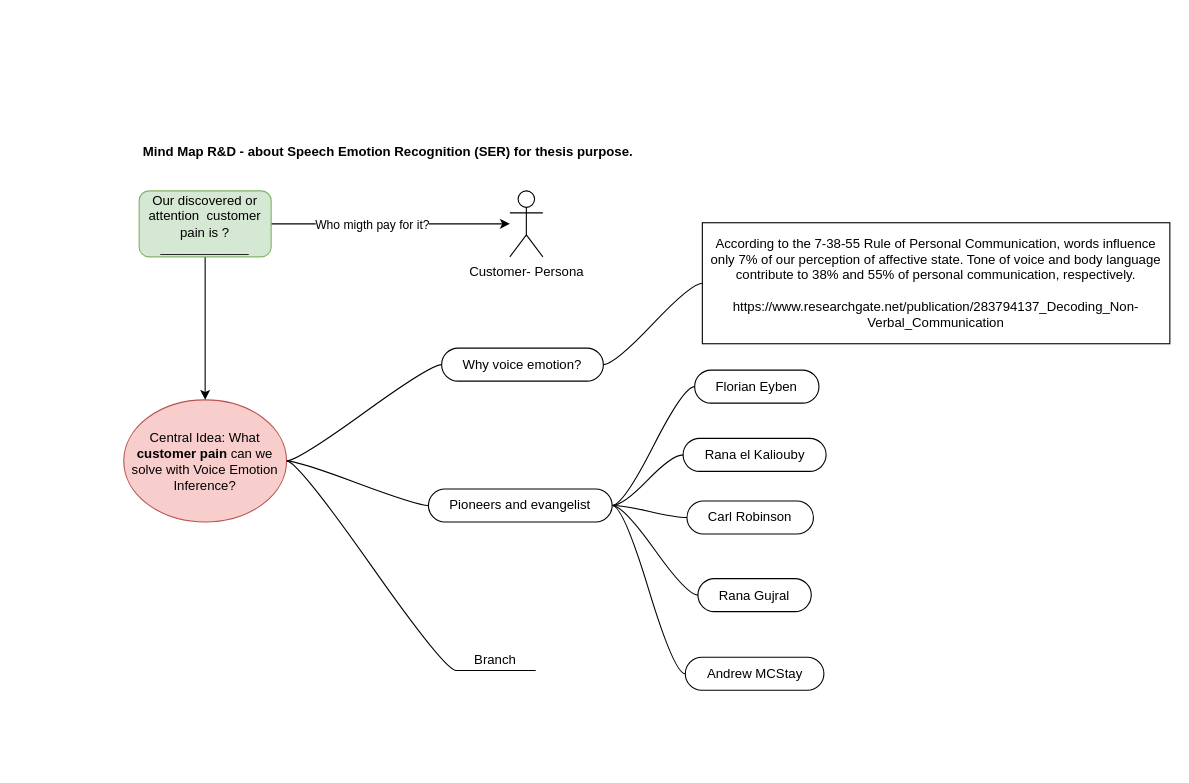
beltrewilton/ser_research keeps this draw.io diagram as SER-mind-map-ryd.drawio. Above is the earlier version. Source tidied: cells renumbered, new cells numbered last; positions are measured from the earlier drawing's top-left corner, leaving out a move shared by most shapes. Both pictures are drawn from the tidied source at 110%, with x=0, y=0 at pixel (123, 138).
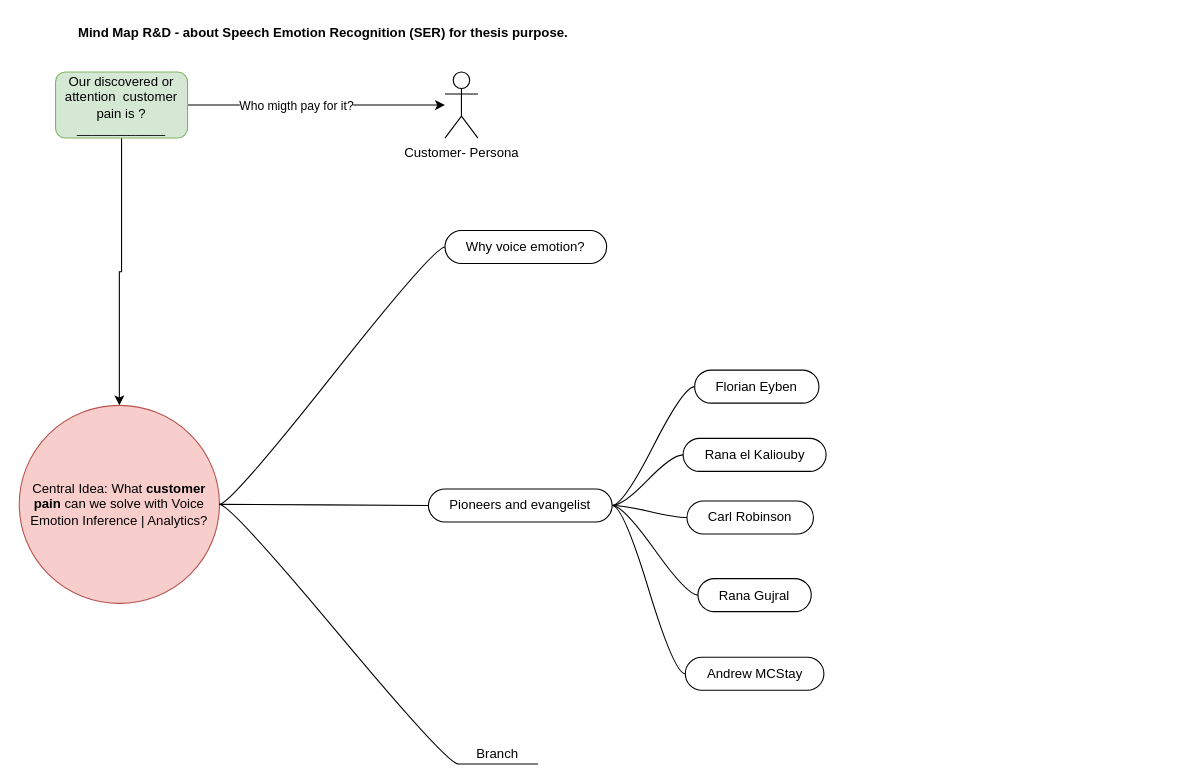
Above is the later version.

Commit message (it also covers changes not shown here):
text link

Diff of the diagram source:
```diff
@@
     <mxCell id="2" style="swimlane;startSize=20;horizontal=1;containerType=tree;strokeColor=none;fillColor=default;" parent="1" vertex="1">
-      <mxGeometry x="14" y="192" width="189" height="206" as="geometry" />
+      <mxGeometry x="-45" y="84" width="136" height="244" as="geometry" />
     </mxCell>
-    <mxCell id="3" style="edgeStyle=entityRelationEdgeStyle;startArrow=none;endArrow=none;segment=10;curved=1;sourcePerimeterSpacing=0;targetPerimeterSpacing=0;rounded=0;" parent="2" edge="1" source="5" target="6">
-      <mxGeometry relative="1" as="geometry" />
-    </mxCell>
-    <mxCell id="4" style="edgeStyle=entityRelationEdgeStyle;startArrow=none;endArrow=none;segment=10;curved=1;sourcePerimeterSpacing=0;targetPerimeterSpacing=0;rounded=0;" parent="2" edge="1" source="5" target="7">
-      <mxGeometry relative="1" as="geometry" />
-    </mxCell>
-    <mxCell id="5" value="Central Idea: What &lt;b&gt;customer pain&lt;/b&gt; can we solve with Voice Emotion Inference?" style="ellipse;whiteSpace=wrap;html=1;align=center;newEdgeStyle={&quot;edgeStyle&quot;:&quot;entityRelationEdgeStyle&quot;,&quot;startArrow&quot;:&quot;none&quot;,&quot;endArrow&quot;:&quot;none&quot;,&quot;segment&quot;:10,&quot;curved&quot;:1,&quot;sourcePerimeterSpacing&quot;:0,&quot;targetPerimeterSpacing&quot;:0};strokeColor=#b85450;fillColor=#f8cecc;" parent="2" vertex="1">
-      <mxGeometry x="-14" y="46" width="148" height="111" as="geometry" />
+    <mxCell id="5" value="Central Idea: What &lt;b&gt;customer pain&lt;/b&gt; can we solve with Voice Emotion Inference | Analytics?" style="ellipse;whiteSpace=wrap;html=1;align=center;newEdgeStyle={&quot;edgeStyle&quot;:&quot;entityRelationEdgeStyle&quot;,&quot;startArrow&quot;:&quot;none&quot;,&quot;endArrow&quot;:&quot;none&quot;,&quot;segment&quot;:10,&quot;curved&quot;:1,&quot;sourcePerimeterSpacing&quot;:0,&quot;targetPerimeterSpacing&quot;:0};strokeColor=#b85450;fillColor=#f8cecc;" parent="2" vertex="1">
+      <mxGeometry x="-50" y="159" width="182" height="180" as="geometry" />
     </mxCell>
-    <mxCell id="6" value="Why voice emotion?" style="whiteSpace=wrap;html=1;rounded=1;arcSize=50;align=center;verticalAlign=middle;strokeWidth=1;spacing=4;newEdgeStyle={&quot;edgeStyle&quot;:&quot;entityRelationEdgeStyle&quot;,&quot;startArrow&quot;:&quot;none&quot;,&quot;endArrow&quot;:&quot;none&quot;,&quot;segment&quot;:10,&quot;curved&quot;:1,&quot;sourcePerimeterSpacing&quot;:0,&quot;targetPerimeterSpacing&quot;:0};strokeColor=default;fillColor=default;" parent="2" vertex="1">
-      <mxGeometry x="275" y="-1" width="147" height="30" as="geometry" />
-    </mxCell>
-    <mxCell id="7" value="Branch" style="whiteSpace=wrap;html=1;shape=partialRectangle;top=0;left=0;bottom=1;right=0;points=[[0,1],[1,1]];fillColor=none;align=center;verticalAlign=bottom;routingCenterY=0.5;snapToPoint=1;newEdgeStyle={&quot;edgeStyle&quot;:&quot;entityRelationEdgeStyle&quot;,&quot;startArrow&quot;:&quot;none&quot;,&quot;endArrow&quot;:&quot;none&quot;,&quot;segment&quot;:10,&quot;curved&quot;:1,&quot;sourcePerimeterSpacing&quot;:0,&quot;targetPerimeterSpacing&quot;:0};strokeColor=default;" parent="2" vertex="1">
-      <mxGeometry x="288" y="266" width="72" height="26" as="geometry" />
-    </mxCell>
-    <mxCell id="8" style="edgeStyle=entityRelationEdgeStyle;startArrow=none;endArrow=none;segment=10;curved=1;sourcePerimeterSpacing=0;targetPerimeterSpacing=0;rounded=0;" parent="2" edge="1" source="6" target="9">
-      <mxGeometry relative="1" as="geometry" />
-    </mxCell>
-    <mxCell id="9" value="According to the 7-38-55 Rule of Personal Communication, words influence only 7% of our perception of affective state. Tone of voice and body language contribute to 38% and 55% of personal communication, respectively.&lt;br&gt;&lt;br&gt;https://www.researchgate.net/publication/283794137_Decoding_Non-Verbal_Communication" style="whiteSpace=wrap;html=1;rounded=0;arcSize=50;align=center;verticalAlign=middle;strokeWidth=1;spacing=4;newEdgeStyle={&quot;edgeStyle&quot;:&quot;entityRelationEdgeStyle&quot;,&quot;startArrow&quot;:&quot;none&quot;,&quot;endArrow&quot;:&quot;none&quot;,&quot;segment&quot;:10,&quot;curved&quot;:1,&quot;sourcePerimeterSpacing&quot;:0,&quot;targetPerimeterSpacing&quot;:0};strokeColor=default;fillColor=default;" parent="2" vertex="1">
-      <mxGeometry x="512" y="-115" width="425" height="110" as="geometry" />
-    </mxCell>
     <mxCell id="10" value="Customer- Persona" style="shape=umlActor;verticalLabelPosition=bottom;verticalAlign=top;html=1;outlineConnect=0;strokeColor=default;fillColor=default;" parent="1" vertex="1">
-      <mxGeometry x="351" y="48" width="30" height="60" as="geometry" />
+      <mxGeometry x="292" y="-60" width="30" height="60" as="geometry" />
     </mxCell>
@@
     <mxCell id="14" value="Our discovered or attention&amp;nbsp; customer pain is ? ____________" style="rounded=1;whiteSpace=wrap;html=1;strokeColor=#82b366;fillColor=#d5e8d4;" parent="1" vertex="1">
-      <mxGeometry x="14" y="48" width="120" height="60" as="geometry" />
+      <mxGeometry x="-62" y="-60" width="120" height="60" as="geometry" />
     </mxCell>
     <mxCell id="15" value="Mind Map R&amp;amp;D - about Speech Emotion Recognition (SER) for thesis purpose." style="text;html=1;align=center;verticalAlign=middle;strokeColor=none;fillColor=none;fontStyle=1;" parent="1" vertex="1">
-      <mxGeometry x="8" width="463" height="26" as="geometry" />
+      <mxGeometry x="-51" y="-108" width="463" height="26" as="geometry" />
     </mxCell>
@@
+    <mxCell id="6" value="Why voice emotion?" style="whiteSpace=wrap;html=1;rounded=1;arcSize=50;align=center;verticalAlign=middle;strokeWidth=1;spacing=4;newEdgeStyle={&quot;edgeStyle&quot;:&quot;entityRelationEdgeStyle&quot;,&quot;startArrow&quot;:&quot;none&quot;,&quot;endArrow&quot;:&quot;none&quot;,&quot;segment&quot;:10,&quot;curved&quot;:1,&quot;sourcePerimeterSpacing&quot;:0,&quot;targetPerimeterSpacing&quot;:0};strokeColor=default;fillColor=default;" parent="1" vertex="1" collapsed="1">
+      <mxGeometry x="292" y="84" width="147" height="30" as="geometry" />
+    </mxCell>
+    <mxCell id="3" style="edgeStyle=entityRelationEdgeStyle;startArrow=none;endArrow=none;segment=10;curved=1;sourcePerimeterSpacing=0;targetPerimeterSpacing=0;rounded=0;" parent="1" edge="1" source="5" target="6">
+      <mxGeometry relative="1" as="geometry" />
+    </mxCell>
+    <mxCell id="7" value="Branch" style="whiteSpace=wrap;html=1;shape=partialRectangle;top=0;left=0;bottom=1;right=0;points=[[0,1],[1,1]];fillColor=none;align=center;verticalAlign=bottom;routingCenterY=0.5;snapToPoint=1;newEdgeStyle={&quot;edgeStyle&quot;:&quot;entityRelationEdgeStyle&quot;,&quot;startArrow&quot;:&quot;none&quot;,&quot;endArrow&quot;:&quot;none&quot;,&quot;segment&quot;:10,&quot;curved&quot;:1,&quot;sourcePerimeterSpacing&quot;:0,&quot;targetPerimeterSpacing&quot;:0};strokeColor=default;" parent="1" vertex="1">
+      <mxGeometry x="304" y="543" width="72" height="26" as="geometry" />
+    </mxCell>
+    <mxCell id="4" style="edgeStyle=entityRelationEdgeStyle;startArrow=none;endArrow=none;segment=10;curved=1;sourcePerimeterSpacing=0;targetPerimeterSpacing=0;rounded=0;" parent="1" edge="1" source="5" target="7">
+      <mxGeometry relative="1" as="geometry" />
+    </mxCell>
```
